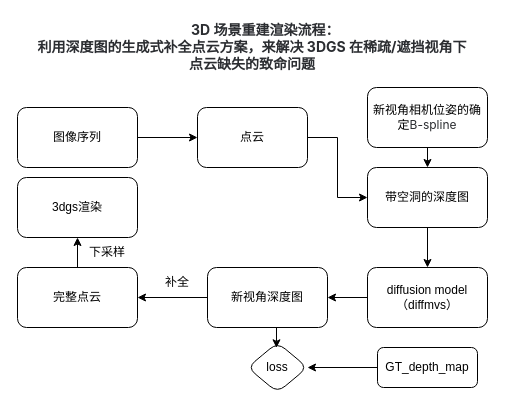
zzcPeace/draw.io keeps this draw.io diagram as model_net.drawio. Above is the earlier version. Source tidied: cells renumbered, new cells numbered last; positions are measured from the earlier drawing's top-left corner, leaving out a move shared by most shapes. Both pictures are drawn from the tidied source at 100%, with x=0, y=0 at pixel (17, 17).
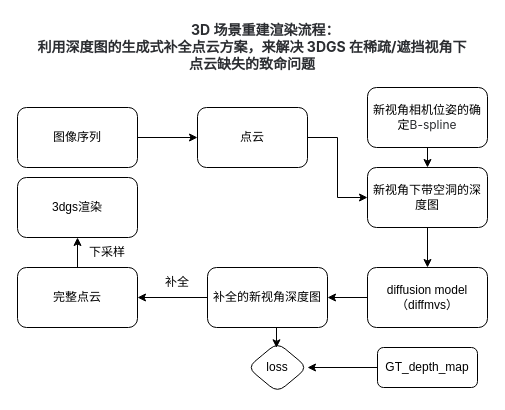
The same diagram, later.

The edit, as a diff of the source:
```diff
@@
-    <mxCell id="9" value="新视角深度图" style="whiteSpace=wrap;html=1;rounded=1;" parent="1" vertex="1">
+    <mxCell id="9" value="补全的新视角深度图" style="whiteSpace=wrap;html=1;rounded=1;" parent="1" vertex="1">
       <mxGeometry x="190" y="250" width="120" height="60" as="geometry" />
     </mxCell>
@@
-    <mxCell id="19" value="带空洞的深度图" style="rounded=1;whiteSpace=wrap;html=1;" parent="1" vertex="1">
+    <mxCell id="19" value="新视角下带空洞的深度图" style="rounded=1;whiteSpace=wrap;html=1;" parent="1" vertex="1">
       <mxGeometry x="350" y="150" width="120" height="60" as="geometry" />
     </mxCell>
```
